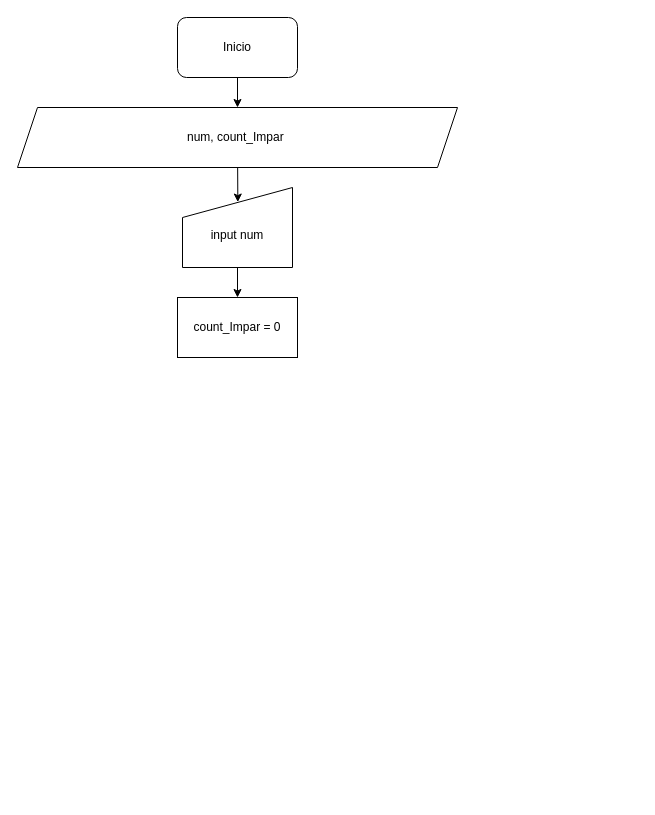
Before: CantidadDeDigitosImparesNum.drawio in AnthonyLozadaAlexander/DiagramaDeFlujos, a draw.io diagram. Source tidied: cells renumbered, new cells numbered last; positions are measured from the earlier drawing's top-left corner, leaving out a move shared by most shapes. Both pictures are drawn from the tidied source at 100%, with x=0, y=0 at pixel (17, 17).
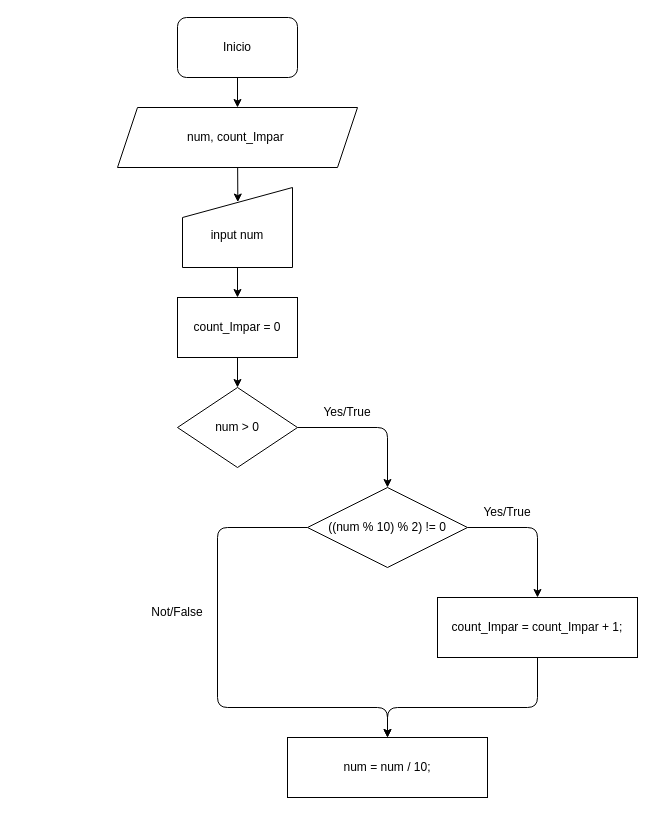
After the change.

Commit message:
Actualizar dimensiones y agregar lógica en el diagrama de flujo para contar dígitos impares en CantidadDeDigitosImparesNum.drawio

The change refers to these unchanged cells:
```xml
<mxCell id="8" value="count_Impar = 0" style="whiteSpace=wrap;html=1;" parent="1" vertex="1">
  <mxGeometry x="160" y="280" width="120" height="60" as="geometry" />
</mxCell>
```

Diff of the diagram source:
```diff
@@
     <mxCell id="4" value="num, count_Impar&amp;nbsp;" style="shape=parallelogram;perimeter=parallelogramPerimeter;whiteSpace=wrap;html=1;fixedSize=1;" parent="1" vertex="1">
-      <mxGeometry y="90" width="440" height="60" as="geometry" />
+      <mxGeometry x="100" y="90" width="240" height="60" as="geometry" />
     </mxCell>
@@
+    <mxCell id="9" style="edgeStyle=none;html=1;" parent="1" edge="1" source="8" target="11">
+      <mxGeometry relative="1" as="geometry" />
+    </mxCell>
@@
+    <mxCell id="10" style="edgeStyle=none;html=1;entryX=0.5;entryY=0;entryDx=0;entryDy=0;" parent="1" edge="1" source="11" target="14">
+      <mxGeometry relative="1" as="geometry">
+        <Array as="points">
+          <mxPoint x="370" y="410" />
+        </Array>
+      </mxGeometry>
+    </mxCell>
+    <mxCell id="11" value="num &amp;gt; 0" style="rhombus;whiteSpace=wrap;html=1;" parent="1" vertex="1">
+      <mxGeometry x="160" y="370" width="120" height="80" as="geometry" />
+    </mxCell>
+    <mxCell id="12" style="edgeStyle=none;html=1;entryX=0.5;entryY=0;entryDx=0;entryDy=0;exitX=1;exitY=0.5;exitDx=0;exitDy=0;" parent="1" edge="1" source="14" target="17">
+      <mxGeometry relative="1" as="geometry">
+        <Array as="points">
+          <mxPoint x="520" y="510" />
+        </Array>
+      </mxGeometry>
+    </mxCell>
+    <mxCell id="13" style="edgeStyle=none;html=1;entryX=0.5;entryY=0;entryDx=0;entryDy=0;exitX=0;exitY=0.5;exitDx=0;exitDy=0;" parent="1" edge="1" source="14" target="19">
+      <mxGeometry relative="1" as="geometry">
+        <Array as="points">
+          <mxPoint x="200" y="510" />
+          <mxPoint x="200" y="690" />
+          <mxPoint x="370" y="690" />
+        </Array>
+      </mxGeometry>
+    </mxCell>
+    <mxCell id="14" value="((num % 10) % 2) != 0" style="rhombus;whiteSpace=wrap;html=1;" parent="1" vertex="1">
+      <mxGeometry x="290" y="470" width="160" height="80" as="geometry" />
+    </mxCell>
+    <mxCell id="15" value="Yes/True" style="text;html=1;align=center;verticalAlign=middle;whiteSpace=wrap;rounded=0;" parent="1" vertex="1">
+      <mxGeometry x="300" y="380" width="60" height="30" as="geometry" />
+    </mxCell>
+    <mxCell id="16" style="edgeStyle=none;html=1;entryX=0.5;entryY=0;entryDx=0;entryDy=0;exitX=0.5;exitY=1;exitDx=0;exitDy=0;" parent="1" edge="1" source="17" target="19">
+      <mxGeometry relative="1" as="geometry">
+        <Array as="points">
+          <mxPoint x="520" y="690" />
+          <mxPoint x="370" y="690" />
+        </Array>
+      </mxGeometry>
+    </mxCell>
+    <mxCell id="17" value="count_Impar = count_Impar + 1;" style="rounded=0;whiteSpace=wrap;html=1;" parent="1" vertex="1">
+      <mxGeometry x="420" y="580" width="200" height="60" as="geometry" />
+    </mxCell>
+    <mxCell id="18" value="Yes/True" style="text;html=1;align=center;verticalAlign=middle;whiteSpace=wrap;rounded=0;" parent="1" vertex="1">
+      <mxGeometry x="460" y="480" width="60" height="30" as="geometry" />
+    </mxCell>
+    <mxCell id="19" value="num = num / 10;" style="rounded=0;whiteSpace=wrap;html=1;" parent="1" vertex="1">
+      <mxGeometry x="270" y="720" width="200" height="60" as="geometry" />
+    </mxCell>
+    <mxCell id="20" value="Not/False" style="text;html=1;align=center;verticalAlign=middle;whiteSpace=wrap;rounded=0;" parent="1" vertex="1">
+      <mxGeometry x="130" y="580" width="60" height="30" as="geometry" />
+    </mxCell>
```
